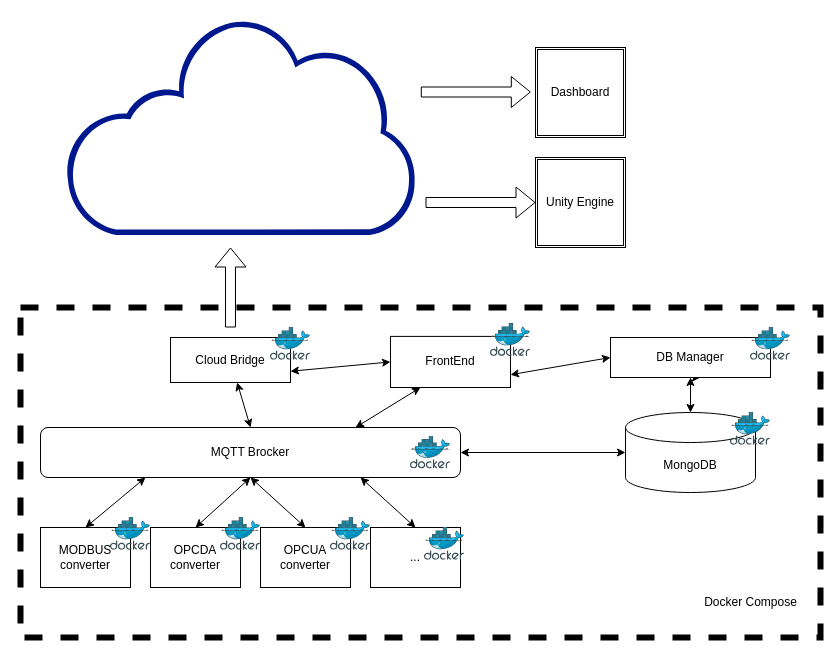
The draw.io diagram Arch_Design.drawio in LuisCMoreira/TwinPaca_Community, before the edit. Source tidied: cells renumbered, new cells numbered last; positions are measured from the earlier drawing's top-left corner, leaving out a move shared by most shapes. Both pictures are drawn from the tidied source at 100%, with x=0, y=0 at pixel (20, 17).
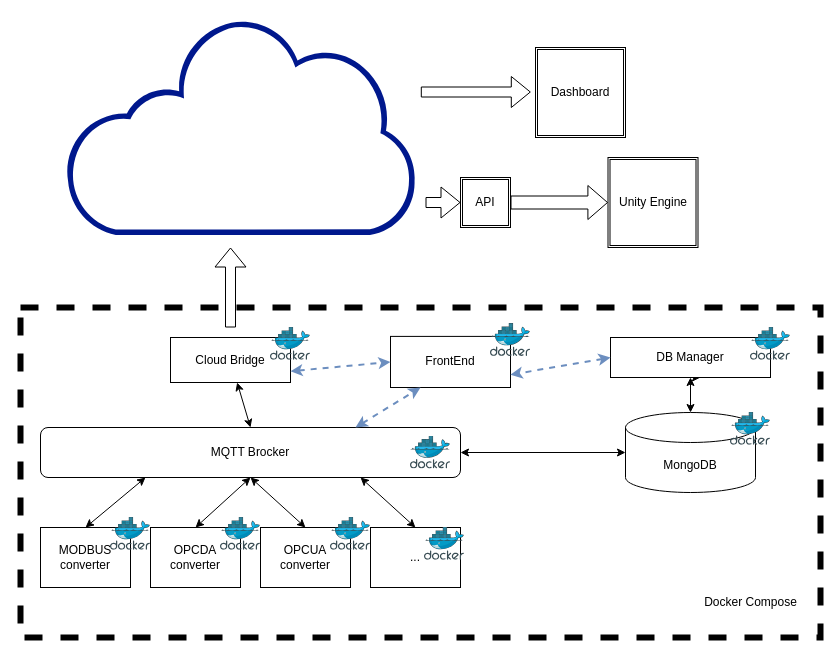
The same diagram, later.

Unchanged cells that the change refers to:
```xml
<mxCell id="4" value="MQTT Brocker" style="rounded=1;whiteSpace=wrap;html=1;" parent="1" vertex="1">
  <mxGeometry x="20" y="410" width="420" height="50" as="geometry" />
</mxCell>
<mxCell id="9" value="Cloud Bridge" style="rounded=0;whiteSpace=wrap;html=1;" parent="1" vertex="1">
  <mxGeometry x="150" y="320" width="120" height="45" as="geometry" />
</mxCell>
<mxCell id="11" value="DB Manager" style="rounded=0;whiteSpace=wrap;html=1;" parent="1" vertex="1">
  <mxGeometry x="590" y="320" width="160" height="40" as="geometry" />
</mxCell>
<mxCell id="21" value="FrontEnd" style="rounded=0;whiteSpace=wrap;html=1;" parent="1" vertex="1">
  <mxGeometry x="370" y="318.9" width="120" height="51.1" as="geometry" />
</mxCell>
```

The edit, as a diff of the source:
```diff
@@
     <mxCell id="24" value="Unity Engine" style="shape=ext;double=1;whiteSpace=wrap;html=1;" parent="1" vertex="1">
-      <mxGeometry x="515" y="140" width="90" height="90" as="geometry" />
+      <mxGeometry x="587.5" y="140" width="90" height="90" as="geometry" />
     </mxCell>
-    <mxCell id="25" style="shape=flexArrow;endArrow=classic;html=1;rounded=0;entryX=0;entryY=0.5;entryDx=0;entryDy=0;" parent="1" edge="1" target="24">
+    <mxCell id="25" style="shape=flexArrow;endArrow=classic;html=1;rounded=0;entryX=0;entryY=0.5;entryDx=0;entryDy=0;" parent="1" edge="1" target="39">
       <mxGeometry relative="1" as="geometry">
         <mxPoint x="405" y="185" as="sourcePoint" />
       </mxGeometry>
     </mxCell>
@@
-    <mxCell id="32" style="endArrow=classic;startArrow=classic;html=1;rounded=0;entryX=0.25;entryY=1;entryDx=0;entryDy=0;exitX=0.75;exitY=0;exitDx=0;exitDy=0;" parent="1" edge="1" source="4" target="21">
+    <mxCell id="32" style="endArrow=classic;startArrow=classic;html=1;rounded=0;entryX=0.25;entryY=1;entryDx=0;entryDy=0;exitX=0.75;exitY=0;exitDx=0;exitDy=0;dashed=1;strokeWidth=2;fillColor=#dae8fc;strokeColor=#6c8ebf;" parent="1" edge="1" source="4" target="21">
       <mxGeometry relative="1" as="geometry" />
     </mxCell>
-    <mxCell id="33" style="endArrow=classic;startArrow=classic;html=1;rounded=0;exitX=1;exitY=0.75;exitDx=0;exitDy=0;entryX=0;entryY=0.5;entryDx=0;entryDy=0;" parent="1" edge="1" source="9" target="21">
+    <mxCell id="33" style="endArrow=classic;startArrow=classic;html=1;rounded=0;exitX=1;exitY=0.75;exitDx=0;exitDy=0;entryX=0;entryY=0.5;entryDx=0;entryDy=0;dashed=1;strokeWidth=2;fillColor=#dae8fc;strokeColor=#6c8ebf;" parent="1" edge="1" source="9" target="21">
       <mxGeometry relative="1" as="geometry" />
     </mxCell>
-    <mxCell id="34" style="endArrow=classic;startArrow=classic;html=1;rounded=0;exitX=0;exitY=0.5;exitDx=0;exitDy=0;entryX=1;entryY=0.75;entryDx=0;entryDy=0;" parent="1" edge="1" source="11" target="21">
+    <mxCell id="34" style="endArrow=classic;startArrow=classic;html=1;rounded=0;exitX=0;exitY=0.5;exitDx=0;exitDy=0;entryX=1;entryY=0.75;entryDx=0;entryDy=0;dashed=1;strokeWidth=2;fillColor=#dae8fc;strokeColor=#6c8ebf;" parent="1" edge="1" source="11" target="21">
       <mxGeometry relative="1" as="geometry" />
     </mxCell>
@@
+    <mxCell id="39" value="API" style="shape=ext;double=1;whiteSpace=wrap;html=1;" parent="1" vertex="1">
+      <mxGeometry x="440" y="160" width="50" height="50" as="geometry" />
+    </mxCell>
+    <mxCell id="40" style="shape=flexArrow;endArrow=classic;html=1;rounded=0;entryX=0;entryY=0.5;entryDx=0;entryDy=0;width=13;endSize=6.2;exitX=1;exitY=0.5;exitDx=0;exitDy=0;" parent="1" edge="1" source="39" target="24">
+      <mxGeometry relative="1" as="geometry" />
+    </mxCell>
```
